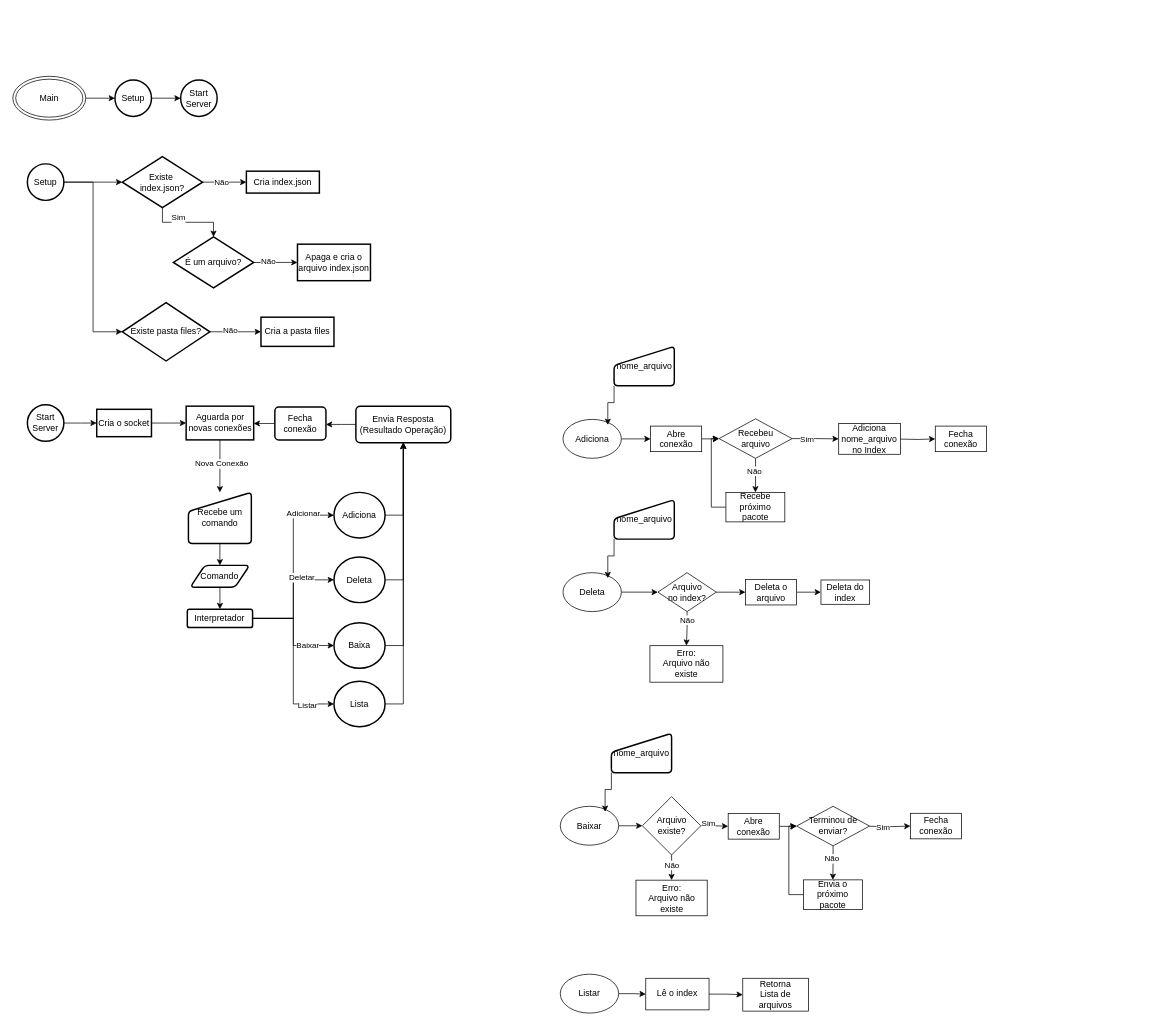
Above: docs/fluxograma.drawio in Sevenings/Sistema-Arquivos-Distribuido (draw.io), before the change. Source tidied: cells renumbered, new cells numbered last; positions are measured from the earlier drawing's top-left corner, leaving out a move shared by most shapes. Both pictures are drawn from the tidied source at 73%, with x=0, y=0 at pixel (12, 76).
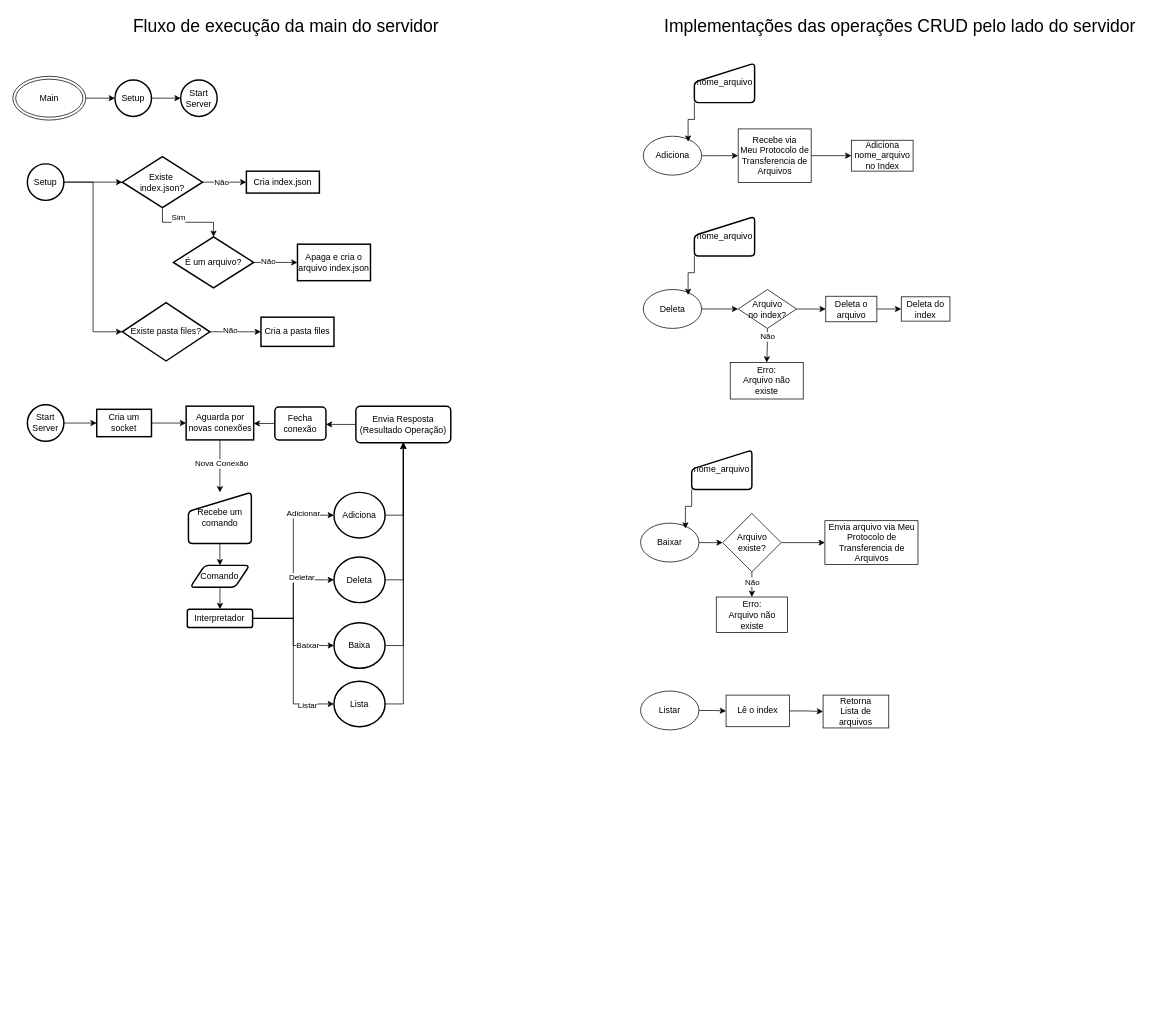
Above is the later version.

Commit message (it also covers changes not shown here):
feat: atualização no fluxograma

The edit, as a diff of the source:
```diff
@@
-    <mxCell id="27" value="Cria o socket" style="whiteSpace=wrap;html=1;strokeWidth=2;" parent="1" vertex="1">
+    <mxCell id="27" value="Cria um socket" style="whiteSpace=wrap;html=1;strokeWidth=2;" parent="1" vertex="1">
       <mxGeometry x="115" y="456.2" width="75" height="37.5" as="geometry" />
     </mxCell>
@@
-    <mxCell id="56" style="edgeStyle=orthogonalEdgeStyle;rounded=0;jettySize=auto;html=1;" parent="1" edge="1" source="57" target="61">
-      <mxGeometry relative="1" as="geometry" />
-    </mxCell>
+    <mxCell id="109" style="edgeStyle=orthogonalEdgeStyle;rounded=0;jettySize=auto;html=1;entryX=0;entryY=0.5;entryDx=0;entryDy=0;" parent="1" edge="1" source="57" target="112">
+      <mxGeometry relative="1" as="geometry" />
+    </mxCell>
     <mxCell id="57" value="&lt;div&gt;Adiciona&lt;/div&gt;" style="ellipse;whiteSpace=wrap;html=1;" parent="1" vertex="1">
-      <mxGeometry x="753.7" y="470" width="80" height="53.3" as="geometry" />
+      <mxGeometry x="863.7" y="82.1" width="80" height="53.3" as="geometry" />
     </mxCell>
     <mxCell id="58" value="nome_arquivo" style="html=1;strokeWidth=2;shape=manualInput;whiteSpace=wrap;rounded=1;size=26;arcSize=11;" parent="1" vertex="1">
-      <mxGeometry x="823.7" y="370" width="82.5" height="54" as="geometry" />
+      <mxGeometry x="933.7" y="-17.9" width="82.5" height="54" as="geometry" />
     </mxCell>
@@
-    <mxCell id="60" style="edgeStyle=orthogonalEdgeStyle;rounded=0;jettySize=auto;html=1;" parent="1" edge="1" source="61" target="66">
-      <mxGeometry relative="1" as="geometry" />
-    </mxCell>
-    <mxCell id="61" value="Abre conexão" style="whiteSpace=wrap;html=1;" parent="1" vertex="1">
-      <mxGeometry x="873.7" y="479.2" width="70" height="35" as="geometry" />
-    </mxCell>
-    <mxCell id="62" style="edgeStyle=orthogonalEdgeStyle;rounded=0;jettySize=auto;html=1;" parent="1" edge="1" source="66" target="68">
-      <mxGeometry relative="1" as="geometry" />
-    </mxCell>
-    <mxCell id="63" value="Não" style="edgeLabel;html=1;align=center;verticalAlign=middle;" parent="62" vertex="1">
-      <mxGeometry x="-0.29" y="-2" relative="1" as="geometry" />
-    </mxCell>
-    <mxCell id="64" style="edgeStyle=orthogonalEdgeStyle;rounded=0;jettySize=auto;html=1;" parent="1" edge="1" source="66" target="69">
-      <mxGeometry relative="1" as="geometry" />
-    </mxCell>
-    <mxCell id="65" value="Sim" style="edgeLabel;html=1;align=center;verticalAlign=middle;" parent="64" vertex="1">
-      <mxGeometry x="-0.37" y="-1" relative="1" as="geometry" />
-    </mxCell>
-    <mxCell id="66" value="Recebeu&lt;br&gt;&lt;div&gt;arquivo&lt;/div&gt;" style="rhombus;whiteSpace=wrap;html=1;" parent="1" vertex="1">
-      <mxGeometry x="967.5" y="469.2" width="100" height="54.2" as="geometry" />
-    </mxCell>
-    <mxCell id="67" style="edgeStyle=orthogonalEdgeStyle;rounded=0;jettySize=auto;html=1;exitX=0;exitY=0.5;exitDx=0;exitDy=0;entryX=0;entryY=0.5;entryDx=0;entryDy=0;" parent="1" edge="1" source="68" target="66">
-      <mxGeometry relative="1" as="geometry" />
-    </mxCell>
-    <mxCell id="68" value="Recebe próximo pacote" style="whiteSpace=wrap;html=1;" parent="1" vertex="1">
-      <mxGeometry x="976.9" y="570" width="80.7" height="40.4" as="geometry" />
-    </mxCell>
     <mxCell id="69" value="Adiciona&lt;br&gt;nome_arquivo&lt;br&gt;no Index" style="whiteSpace=wrap;html=1;" parent="1" vertex="1">
-      <mxGeometry x="1131.4" y="475.5" width="84.6" height="42.3" as="geometry" />
+      <mxGeometry x="1148.7" y="87.6" width="84.6" height="42.3" as="geometry" />
     </mxCell>
@@
     <mxCell id="71" value="Deleta" style="ellipse;whiteSpace=wrap;html=1;" parent="1" vertex="1">
-      <mxGeometry x="753.7" y="680" width="80" height="53.3" as="geometry" />
+      <mxGeometry x="863.7" y="292.1" width="80" height="53.3" as="geometry" />
     </mxCell>
     <mxCell id="72" value="nome_arquivo" style="html=1;strokeWidth=2;shape=manualInput;whiteSpace=wrap;rounded=1;size=26;arcSize=11;" parent="1" vertex="1">
-      <mxGeometry x="823.7" y="580" width="82.5" height="54" as="geometry" />
+      <mxGeometry x="933.7" y="192.1" width="82.5" height="54" as="geometry" />
     </mxCell>
@@
     <mxCell id="77" value="Arquivo&lt;br&gt;no index?" style="rhombus;whiteSpace=wrap;html=1;" parent="1" vertex="1">
-      <mxGeometry x="883.7" y="680" width="80" height="53.3" as="geometry" />
+      <mxGeometry x="993.7" y="292.1" width="80" height="53.3" as="geometry" />
     </mxCell>
     <mxCell id="78" value="Erro:&lt;br&gt;Arquivo não existe" style="whiteSpace=wrap;html=1;" parent="1" vertex="1">
-      <mxGeometry x="872.8" y="780" width="100" height="50" as="geometry" />
+      <mxGeometry x="982.8" y="392.1" width="100" height="50" as="geometry" />
     </mxCell>
@@
     <mxCell id="80" value="Deleta o arquivo" style="whiteSpace=wrap;html=1;" parent="1" vertex="1">
-      <mxGeometry x="1003.7" y="689.2" width="70" height="35" as="geometry" />
+      <mxGeometry x="1113.7" y="301.3" width="70" height="35" as="geometry" />
     </mxCell>
     <mxCell id="81" value="Deleta do index" style="whiteSpace=wrap;html=1;" parent="1" vertex="1">
-      <mxGeometry x="1107.1" y="690" width="66.7" height="33.3" as="geometry" />
+      <mxGeometry x="1217.1" y="302.1" width="66.7" height="33.3" as="geometry" />
     </mxCell>
@@
     <mxCell id="83" value="Baixar" style="ellipse;whiteSpace=wrap;html=1;" parent="1" vertex="1">
-      <mxGeometry x="750" y="1000" width="80" height="53.3" as="geometry" />
+      <mxGeometry x="860" y="612.1" width="80" height="53.3" as="geometry" />
     </mxCell>
     <mxCell id="84" value="nome_arquivo" style="html=1;strokeWidth=2;shape=manualInput;whiteSpace=wrap;rounded=1;size=26;arcSize=11;" parent="1" vertex="1">
-      <mxGeometry x="820" y="900" width="82.5" height="54" as="geometry" />
+      <mxGeometry x="930" y="512.1" width="82.5" height="54" as="geometry" />
     </mxCell>
@@
-    <mxCell id="86" style="edgeStyle=orthogonalEdgeStyle;rounded=0;jettySize=auto;html=1;" parent="1" edge="1" source="87" target="90">
-      <mxGeometry relative="1" as="geometry" />
-    </mxCell>
-    <mxCell id="87" value="Abre conexão" style="whiteSpace=wrap;html=1;" parent="1" vertex="1">
-      <mxGeometry x="980" y="1010" width="70" height="35" as="geometry" />
-    </mxCell>
-    <mxCell id="88" style="edgeStyle=orthogonalEdgeStyle;rounded=0;jettySize=auto;html=1;" parent="1" edge="1" source="90" target="92">
-      <mxGeometry relative="1" as="geometry" />
-    </mxCell>
-    <mxCell id="89" value="Não" style="edgeLabel;html=1;align=center;verticalAlign=middle;" parent="88" vertex="1">
-      <mxGeometry x="-0.29" y="-2" relative="1" as="geometry" />
-    </mxCell>
-    <mxCell id="90" value="Terminou de enviar?" style="rhombus;whiteSpace=wrap;html=1;" parent="1" vertex="1">
-      <mxGeometry x="1073.7" y="1000" width="100" height="54.2" as="geometry" />
-    </mxCell>
-    <mxCell id="91" style="edgeStyle=orthogonalEdgeStyle;rounded=0;jettySize=auto;html=1;exitX=0;exitY=0.5;exitDx=0;exitDy=0;entryX=0;entryY=0.5;entryDx=0;entryDy=0;" parent="1" edge="1" source="92" target="90">
-      <mxGeometry relative="1" as="geometry" />
-    </mxCell>
-    <mxCell id="92" value="Envia o próximo pacote" style="whiteSpace=wrap;html=1;" parent="1" vertex="1">
-      <mxGeometry x="1083.1" y="1100.8" width="80.7" height="40.4" as="geometry" />
-    </mxCell>
@@
-    <mxCell id="95" style="edgeStyle=orthogonalEdgeStyle;rounded=0;jettySize=auto;html=1;" parent="1" edge="1" source="97" target="87">
-      <mxGeometry relative="1" as="geometry" />
-    </mxCell>
-    <mxCell id="96" value="Sim" style="edgeLabel;html=1;align=center;verticalAlign=middle;" parent="95" vertex="1">
-      <mxGeometry x="-0.48" y="3" relative="1" as="geometry" />
-    </mxCell>
+    <mxCell id="110" style="edgeStyle=orthogonalEdgeStyle;rounded=0;jettySize=auto;html=1;" parent="1" edge="1" source="97" target="113">
+      <mxGeometry relative="1" as="geometry" />
+    </mxCell>
     <mxCell id="97" value="Arquivo existe?" style="rhombus;whiteSpace=wrap;html=1;" parent="1" vertex="1">
-      <mxGeometry x="862.5" y="986.7" width="80" height="80" as="geometry" />
+      <mxGeometry x="972.5" y="598.8" width="80" height="80" as="geometry" />
     </mxCell>
     <mxCell id="98" value="Erro:&lt;br&gt;Arquivo não existe" style="whiteSpace=wrap;html=1;" parent="1" vertex="1">
-      <mxGeometry x="853.7" y="1101.2" width="97.6" height="48.8" as="geometry" />
+      <mxGeometry x="963.7" y="713.3" width="97.6" height="48.8" as="geometry" />
     </mxCell>
@@
     <mxCell id="100" value="Listar" style="ellipse;whiteSpace=wrap;html=1;" parent="1" vertex="1">
-      <mxGeometry x="750" y="1230" width="80" height="53.3" as="geometry" />
+      <mxGeometry x="860" y="842.1" width="80" height="53.3" as="geometry" />
     </mxCell>
-    <mxCell id="101" style="edgeStyle=orthogonalEdgeStyle;rounded=0;jettySize=auto;html=1;" parent="1" edge="1" target="103">
-      <mxGeometry relative="1" as="geometry">
-        <mxPoint x="1173.7" y="1027.4" as="sourcePoint" />
-      </mxGeometry>
-    </mxCell>
-    <mxCell id="102" value="Sim" style="edgeLabel;html=1;align=center;verticalAlign=middle;" parent="101" vertex="1">
-      <mxGeometry x="-0.35" y="-1" relative="1" as="geometry" />
-    </mxCell>
-    <mxCell id="103" value="Fecha&lt;br&gt;conexão" style="whiteSpace=wrap;html=1;" parent="1" vertex="1">
-      <mxGeometry x="1229.7" y="1009.6" width="70" height="35" as="geometry" />
-    </mxCell>
-    <mxCell id="104" style="edgeStyle=orthogonalEdgeStyle;rounded=0;jettySize=auto;html=1;" parent="1" edge="1" target="105">
-      <mxGeometry relative="1" as="geometry">
-        <mxPoint x="1216" y="497" as="sourcePoint" />
-      </mxGeometry>
-    </mxCell>
-    <mxCell id="105" value="Fecha&lt;br&gt;conexão" style="whiteSpace=wrap;html=1;" parent="1" vertex="1">
-      <mxGeometry x="1263.7" y="479.2" width="70" height="35" as="geometry" />
-    </mxCell>
     <mxCell id="106" value="&lt;div&gt;Retorna&lt;/div&gt;&lt;div&gt;Lista de arquivos&lt;/div&gt;" style="whiteSpace=wrap;html=1;" parent="1" vertex="1">
-      <mxGeometry x="1000" y="1235.6" width="90" height="45" as="geometry" />
+      <mxGeometry x="1110" y="847.7" width="90" height="45" as="geometry" />
     </mxCell>
@@
     <mxCell id="108" value="Lê o index" style="whiteSpace=wrap;html=1;" parent="1" vertex="1">
-      <mxGeometry x="867.1" y="1235.6" width="86.7" height="43.3" as="geometry" />
+      <mxGeometry x="977.1" y="847.7" width="86.7" height="43.3" as="geometry" />
     </mxCell>
+    <mxCell id="111" style="edgeStyle=orthogonalEdgeStyle;rounded=0;jettySize=auto;html=1;exitX=1;exitY=0.5;exitDx=0;exitDy=0;entryX=0;entryY=0.5;entryDx=0;entryDy=0;" parent="1" edge="1" source="112" target="69">
+      <mxGeometry relative="1" as="geometry" />
+    </mxCell>
+    <mxCell id="112" value="&lt;div&gt;Recebe via&lt;/div&gt;&lt;div&gt;Meu Protocolo de Transferencia de Arquivos&lt;/div&gt;" style="whiteSpace=wrap;html=1;" parent="1" vertex="1">
+      <mxGeometry x="993.7" y="72.1" width="100" height="73.3" as="geometry" />
+    </mxCell>
+    <mxCell id="113" value="Envia arquivo via Meu Protocolo de Transferencia de Arquivos" style="whiteSpace=wrap;html=1;" parent="1" vertex="1">
+      <mxGeometry x="1112.5" y="608.8" width="127.5" height="60" as="geometry" />
+    </mxCell>
+    <mxCell id="114" value="Implementações das operações CRUD pelo lado do servidor" style="text;html=1;align=center;verticalAlign=middle;strokeColor=none;fillColor=none;fontSize=24;" parent="1" vertex="1">
+      <mxGeometry x="880" y="-87.9" width="670" height="40" as="geometry" />
+    </mxCell>
+    <mxCell id="115" value="Fluxo de execução da main do servidor" style="text;html=1;align=center;verticalAlign=middle;strokeColor=none;fillColor=none;fontSize=24;" parent="1" vertex="1">
+      <mxGeometry x="154" y="-87.9" width="440" height="40" as="geometry" />
+    </mxCell>
```
